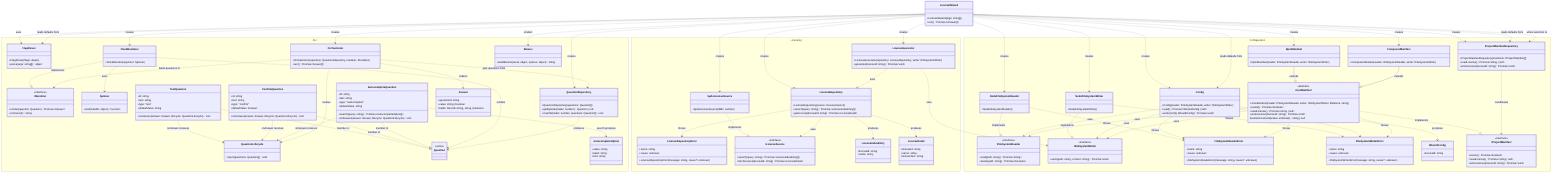
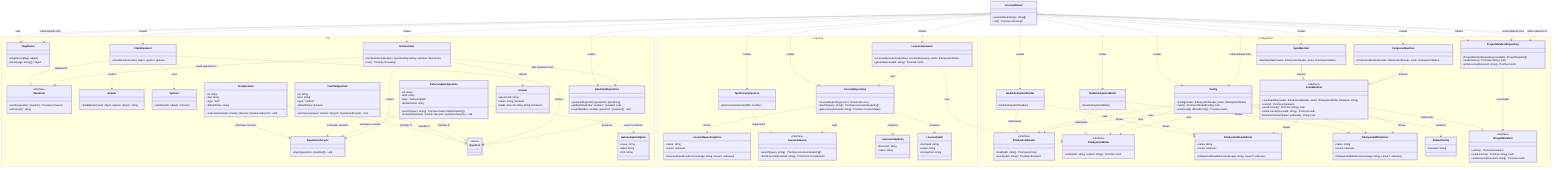
classDiagram
  direction TB

  class LicenseWizard {
    +LicenseWizard(args: string[])
    +run() Promise~Answer[]~
  }

  namespace CLI {
    class FlagParser {
      +FlagParser(flags: object)
      +parse(args: string[]) object
    }

    class Orchestrator {
      +Orchestrator(repository: QuestionRepository, renderer: IRenderer)
      +run() Promise~Answer[]~
    }

    class IRenderer {
      <<interface>>
      +render(question: Question) Promise~Answer~
      +onCancel() string
    }

    class ClackRenderer {
-       +ClackRenderer(spinner: Spinner)
+       +ClackRenderer(meta: object, spinner: Spinner)
    }

    class Banner {
      +buildBanner(meta: object, options: object) string
    }

    class Spinner {
      +start(handle: object) Function
    }

    class QuestionRepository {
      +QuestionRepository(questions: Question[])
      +getByIndex(index: number) Question | null
      +insertAt(index: number, questions: Question[]) void
    }

    class QuestionLifecycle {
      +inject(questions: Question[]) void
    }

    class Question {
      <<union>>
    }

    class TextQuestion {
      +id: string
      +text: string
      +type: "text"
      +defaultValue: string
      +onAnswer(answer: Answer, lifecycle: QuestionLifecycle) void
    }

    class ConfirmQuestion {
      +id: string
      +text: string
      +type: "confirm"
      +defaultValue: boolean
      +onAnswer(answer: Answer, lifecycle: QuestionLifecycle) void
    }

    class AutocompleteQuestion {
      +id: string
      +text: string
      +type: "autocomplete"
      +defaultValue: string
      +search(query: string) Promise~AutocompleteOption[]~
      +onAnswer(answer: Answer, lifecycle: QuestionLifecycle) void
    }

    class AutocompleteOption {
      +value: string
      +label: string
      +hint: string
    }

    class Answer {
      +questionId: string
      +value: string | boolean
      +fields: Record~string, string | boolean~
    }
  }

  namespace Licensing {
    class LicenseRepository {
      +LicenseRepository(source: ILicenseSource)
      +search(query: string) Promise~LicenseIndexEntry[]~
      +getLicense(licenseId: string) Promise~LicenseDetail~
    }

    class LicenseRepositoryError {
      +name: string
      +cause: unknown
      +LicenseRepositoryError(message: string, cause?: unknown)
    }

    class ILicenseSource {
      <<interface>>
      +search(query: string) Promise~LicenseIndexEntry[]~
      +fetchLicense(licenseId: string) Promise~LicenseDetail~
    }

    class SpdxLicenseSource {
      +SpdxLicenseSource(ttlMs: number)
    }

    class LicenseIndexEntry {
      +licenseId: string
      +name: string
    }

    class LicenseDetail {
      +licenseId: string
      +name: string
      +licenseText: string
    }

    class LicenseGenerator {
      +LicenseGenerator(repository: LicenseRepository, writer: IFileSystemWriter)
      +generate(licenseId: string) Promise~void~
    }
  }

  namespace Configuration {
    class IFileSystemReader {
      <<interface>>
      +read(path: string) Promise~string~
      +exists(path: string) Promise~boolean~
    }

    class IFileSystemWriter {
      <<interface>>
      +write(path: string, content: string) Promise~void~
    }

    class NodeFileSystemReader {
      +NodeFileSystemReader()
    }

    class NodeFileSystemWriter {
      +NodeFileSystemWriter()
    }

    class FileSystemReaderError {
      +name: string
      +cause: unknown
      +FileSystemReaderError(message: string, cause?: unknown)
    }

    class FileSystemWriterError {
      +name: string
      +cause: unknown
      +FileSystemWriterError(message: string, cause?: unknown)
    }

    class WizardConfig {
      +licenseId: string
    }

    class Config {
      +Config(reader: IFileSystemReader, writer: IFileSystemWriter)
      +read() Promise~WizardConfig | null~
      +write(config: WizardConfig) Promise~void~
    }

    class IProjectManifest {
      <<interface>>
      +exists() Promise~boolean~
      +readLicense() Promise~string | null~
      +writeLicense(licenseId: string) Promise~void~
    }

    class JsonManifest {
      <<abstract>>
      +JsonManifest(reader: IFileSystemReader, writer: IFileSystemWriter, fileName: string)
      +exists() Promise~boolean~
      +readLicense() Promise~string | null~
      +writeLicense(licenseId: string) Promise~void~
      #extractLicenseId(value: unknown)* string | null
    }

    class NpmManifest {
      +NpmManifest(reader: IFileSystemReader, writer: IFileSystemWriter)
    }

    class ComposerManifest {
      +ComposerManifest(reader: IFileSystemReader, writer: IFileSystemWriter)
    }

    class ProjectManifestRepository {
      +ProjectManifestRepository(manifests: IProjectManifest[])
      +readLicense() Promise~string | null~
      +writeLicense(licenseId: string) Promise~void~
    }
  }

  TextQuestion ..|> Question : member of
  ConfirmQuestion ..|> Question : member of
  AutocompleteQuestion ..|> Question : member of
  TextQuestion ..> QuestionLifecycle : onAnswer receives
  ConfirmQuestion ..> QuestionLifecycle : onAnswer receives
  AutocompleteQuestion ..> QuestionLifecycle : onAnswer receives
  Orchestrator ..> QuestionLifecycle : creates
  ClackRenderer ..|> IRenderer : implements
  ClackRenderer ..> Spinner : uses
+   ClackRenderer ..> Banner : renders
  LicenseWizard ..> FlagParser : uses
  LicenseWizard ..> FlagParser : reads defaults from
  LicenseWizard ..> QuestionRepository : creates
  LicenseWizard ..> ClackRenderer : creates
-   LicenseWizard ..> Banner : renders
  LicenseWizard ..> Orchestrator : creates
  LicenseWizard ..> SpdxLicenseSource : creates
  LicenseWizard ..> LicenseRepository : creates
  LicenseWizard ..> LicenseGenerator : creates
  Orchestrator ..> QuestionRepository : gets questions from
  Orchestrator ..> IRenderer : feeds questions to
  ClackRenderer ..> Question : renders
  QuestionRepository ..> Question : produces
  AutocompleteQuestion ..> AutocompleteOption : search produces
  Orchestrator ..> Answer : collects
  SpdxLicenseSource ..|> ILicenseSource : implements
  LicenseRepository ..> ILicenseSource : uses
  LicenseRepository ..> LicenseIndexEntry : produces
  LicenseRepository ..> LicenseDetail : produces
  LicenseRepository ..> LicenseRepositoryError : throws
  LicenseGenerator ..> LicenseRepository : uses
  LicenseGenerator ..> IFileSystemWriter : uses
  NodeFileSystemReader ..|> IFileSystemReader : implements
  NodeFileSystemWriter ..|> IFileSystemWriter : implements
  NodeFileSystemReader ..> FileSystemReaderError : throws
  NodeFileSystemWriter ..> FileSystemWriterError : throws
  Config ..> IFileSystemReader : uses
  Config ..> IFileSystemWriter : uses
  Config ..> WizardConfig : produces
  Config ..> FileSystemReaderError : throws
  Config ..> FileSystemWriterError : throws
  JsonManifest ..|> IProjectManifest : implements
  NpmManifest --|> JsonManifest : extends
  ComposerManifest --|> JsonManifest : extends
  JsonManifest ..> IFileSystemReader : uses
  JsonManifest ..> IFileSystemWriter : uses
  JsonManifest ..> FileSystemReaderError : throws
  JsonManifest ..> FileSystemWriterError : throws
  ProjectManifestRepository ..> IProjectManifest : coordinates
  LicenseWizard ..> NodeFileSystemReader : creates
  LicenseWizard ..> NodeFileSystemWriter : creates
  LicenseWizard ..> Config : creates
  LicenseWizard ..> Config : reads defaults from
  LicenseWizard ..> NpmManifest : creates
  LicenseWizard ..> ComposerManifest : creates
  LicenseWizard ..> ProjectManifestRepository : creates
  LicenseWizard ..> ProjectManifestRepository : reads defaults from
  LicenseWizard ..> ProjectManifestRepository : writes selection to
